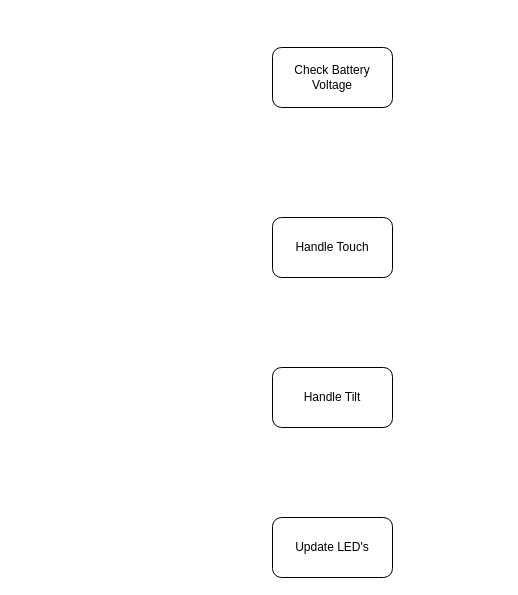
Before: software/Untitled Diagram.drawio in camerongillingham93/night-light, a draw.io diagram. Source tidied: cells renumbered, new cells numbered last; positions are measured from the earlier drawing's top-left corner, leaving out a move shared by most shapes. Both pictures are drawn from the tidied source at 100%, with x=0, y=0 at pixel (272, 47).
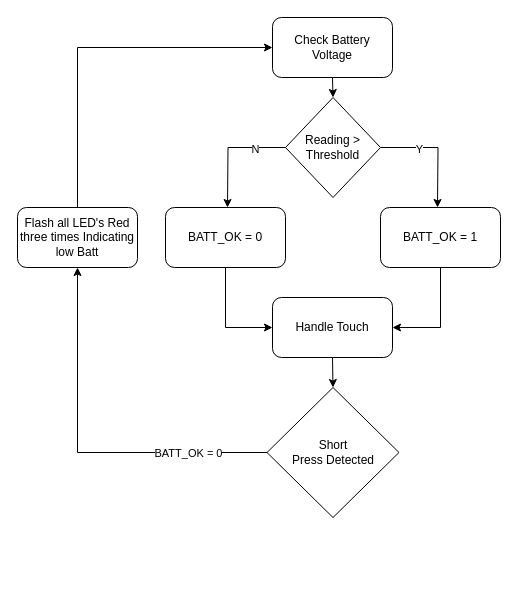
The same page after the edit.

Diff of the diagram source:
```diff
@@
+    <mxCell id="6" style="edgeStyle=orthogonalEdgeStyle;rounded=0;jettySize=auto;html=1;exitX=0.5;exitY=1;exitDx=0;exitDy=0;entryX=0.5;entryY=0;entryDx=0;entryDy=0;" parent="1" edge="1" source="2" target="11">
+      <mxGeometry relative="1" as="geometry" />
+    </mxCell>
     <mxCell id="2" value="Check Battery Voltage" style="rounded=1;whiteSpace=wrap;html=1;" parent="1" vertex="1">
-      <mxGeometry width="120" height="60" as="geometry" />
+      <mxGeometry y="-30" width="120" height="60" as="geometry" />
     </mxCell>
+    <mxCell id="7" style="edgeStyle=orthogonalEdgeStyle;rounded=0;jettySize=auto;html=1;exitX=1;exitY=0.5;exitDx=0;exitDy=0;" parent="1" edge="1" source="11">
+      <mxGeometry relative="1" as="geometry">
+        <mxPoint x="165" y="160" as="targetPoint" />
+      </mxGeometry>
+    </mxCell>
+    <mxCell id="8" value="Y" style="edgeLabel;html=1;align=center;verticalAlign=middle;" parent="7" vertex="1">
+      <mxGeometry x="-0.35" y="-1" relative="1" as="geometry" />
+    </mxCell>
+    <mxCell id="9" style="edgeStyle=orthogonalEdgeStyle;rounded=0;jettySize=auto;html=1;exitX=0;exitY=0.5;exitDx=0;exitDy=0;" parent="1" edge="1" source="11">
+      <mxGeometry relative="1" as="geometry">
+        <mxPoint x="-45" y="160" as="targetPoint" />
+      </mxGeometry>
+    </mxCell>
+    <mxCell id="10" value="N" style="edgeLabel;html=1;align=center;verticalAlign=middle;" parent="9" vertex="1">
+      <mxGeometry x="-0.47" y="1" relative="1" as="geometry" />
+    </mxCell>
+    <mxCell id="11" value="Reading &amp;gt; Threshold" style="rhombus;whiteSpace=wrap;html=1;" parent="1" vertex="1">
+      <mxGeometry x="13" y="50" width="95" height="100" as="geometry" />
+    </mxCell>
+    <mxCell id="12" style="edgeStyle=orthogonalEdgeStyle;rounded=0;jettySize=auto;html=1;exitX=0.5;exitY=1;exitDx=0;exitDy=0;entryX=1;entryY=0.5;entryDx=0;entryDy=0;" parent="1" edge="1" source="13" target="3">
+      <mxGeometry relative="1" as="geometry" />
+    </mxCell>
+    <mxCell id="13" value="BATT_OK = 1" style="rounded=1;whiteSpace=wrap;html=1;" parent="1" vertex="1">
+      <mxGeometry x="108" y="160" width="120" height="60" as="geometry" />
+    </mxCell>
+    <mxCell id="14" style="edgeStyle=orthogonalEdgeStyle;rounded=0;jettySize=auto;html=1;exitX=0.5;exitY=1;exitDx=0;exitDy=0;entryX=0;entryY=0.5;entryDx=0;entryDy=0;" parent="1" edge="1" source="15" target="3">
+      <mxGeometry relative="1" as="geometry" />
+    </mxCell>
+    <mxCell id="15" value="BATT_OK = 0" style="rounded=1;whiteSpace=wrap;html=1;" parent="1" vertex="1">
+      <mxGeometry x="-107" y="160" width="120" height="60" as="geometry" />
+    </mxCell>
+    <mxCell id="16" style="edgeStyle=orthogonalEdgeStyle;rounded=0;jettySize=auto;html=1;exitX=0.5;exitY=1;exitDx=0;exitDy=0;entryX=0.5;entryY=0;entryDx=0;entryDy=0;" parent="1" edge="1" source="3" target="19">
+      <mxGeometry relative="1" as="geometry" />
+    </mxCell>
     <mxCell id="3" value="Handle Touch" style="rounded=1;whiteSpace=wrap;html=1;" parent="1" vertex="1">
-      <mxGeometry y="170" width="120" height="60" as="geometry" />
+      <mxGeometry y="250" width="120" height="60" as="geometry" />
     </mxCell>
-    <mxCell id="4" value="Handle Tilt" style="rounded=1;whiteSpace=wrap;html=1;" parent="1" vertex="1">
-      <mxGeometry y="320" width="120" height="60" as="geometry" />
-    </mxCell>
-    <mxCell id="5" value="Update LED's" style="rounded=1;whiteSpace=wrap;html=1;" parent="1" vertex="1">
-      <mxGeometry y="470" width="120" height="60" as="geometry" />
-    </mxCell>
+    <mxCell id="17" style="edgeStyle=orthogonalEdgeStyle;rounded=0;jettySize=auto;html=1;exitX=0;exitY=0.5;exitDx=0;exitDy=0;entryX=0.5;entryY=1;entryDx=0;entryDy=0;" parent="1" edge="1" source="19" target="21">
+      <mxGeometry relative="1" as="geometry" />
+    </mxCell>
+    <mxCell id="18" value="BATT_OK = 0" style="edgeLabel;html=1;align=center;verticalAlign=middle;" parent="17" vertex="1">
+      <mxGeometry x="-0.15" relative="1" as="geometry">
+        <mxPoint x="80" as="offset" />
+      </mxGeometry>
+    </mxCell>
+    <mxCell id="19" value="&lt;div&gt;Short&lt;/div&gt;Press Detected" style="rhombus;whiteSpace=wrap;html=1;" parent="1" vertex="1">
+      <mxGeometry x="-5.5" y="340" width="132" height="130" as="geometry" />
+    </mxCell>
+    <mxCell id="20" style="edgeStyle=orthogonalEdgeStyle;rounded=0;jettySize=auto;html=1;exitX=0.5;exitY=0;exitDx=0;exitDy=0;entryX=0;entryY=0.5;entryDx=0;entryDy=0;" parent="1" edge="1" source="21" target="2">
+      <mxGeometry relative="1" as="geometry" />
+    </mxCell>
+    <mxCell id="21" value="Flash all LED's Red three times Indicating low Batt" style="rounded=1;whiteSpace=wrap;html=1;" parent="1" vertex="1">
+      <mxGeometry x="-255" y="160" width="120" height="60" as="geometry" />
+    </mxCell>
```
